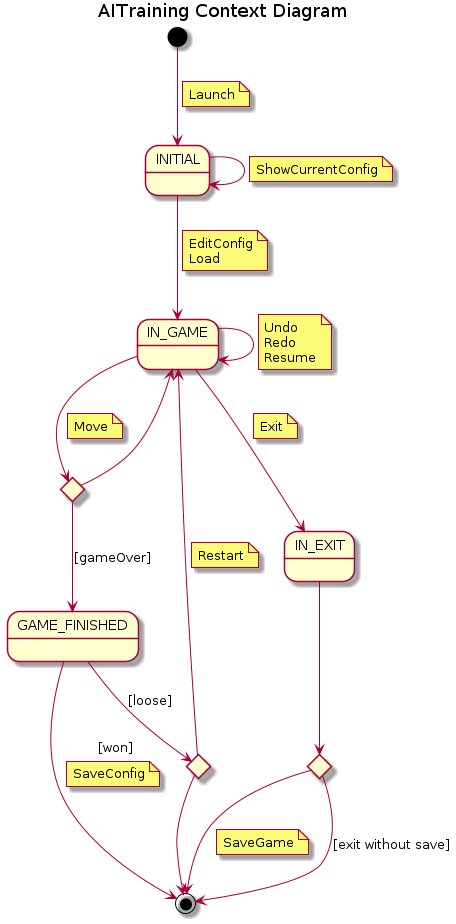
This is docs/output/use-cases/context/AITrainingContextDiagram.png from Master-Desarrollo-20-21/patrones-diseno---practica-final---juego-de-las-damas-fraylopez, a PlantUML export, as it was before one commit.
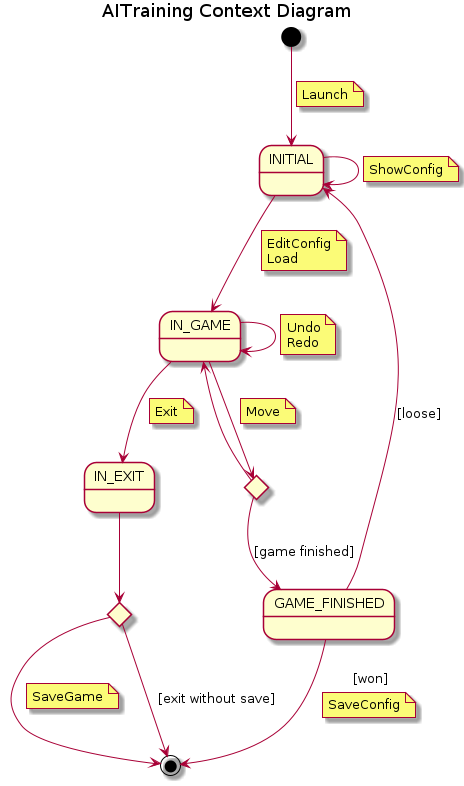
Above is the later version.

What changed in the source:
```diff
@@ -4,7 +4,6 @@
 state IN_GAME
 state GAME_FINISHED
 state IF <<choice>>
-state IF2 <<choice>>
 state IF3 <<choice>>
 
 [*] --> INITIAL
@@ -14,7 +13,7 @@
 
 INITIAL --> INITIAL
     note on link
-        ShowCurrentConfig
+        ShowConfig
     end note
 
 INITIAL --> IN_GAME
@@ -26,7 +25,6 @@
     note on link
         Undo
         Redo
-        Resume
     end note
 
 IN_GAME --> IF3
@@ -35,7 +33,7 @@
     end note
 
 IF3 --> IN_GAME
-IF3 --> GAME_FINISHED : [gameOver]
+IF3 --> GAME_FINISHED : [game finished]
 
 IN_EXIT -->IF
 IF -->[*]
@@ -50,17 +48,12 @@
         Exit
     end note
 
-GAME_FINISHED --> IF2 : [loose]
+GAME_FINISHED --> INITIAL : [loose]
 
-IF2 --> IN_GAME
-    note on link
-        Restart
-    end note
 
 GAME_FINISHED --> [*] : [won]
     note on link
         SaveConfig
     end note
-IF2 --> [*]
 
 @enduml
```
